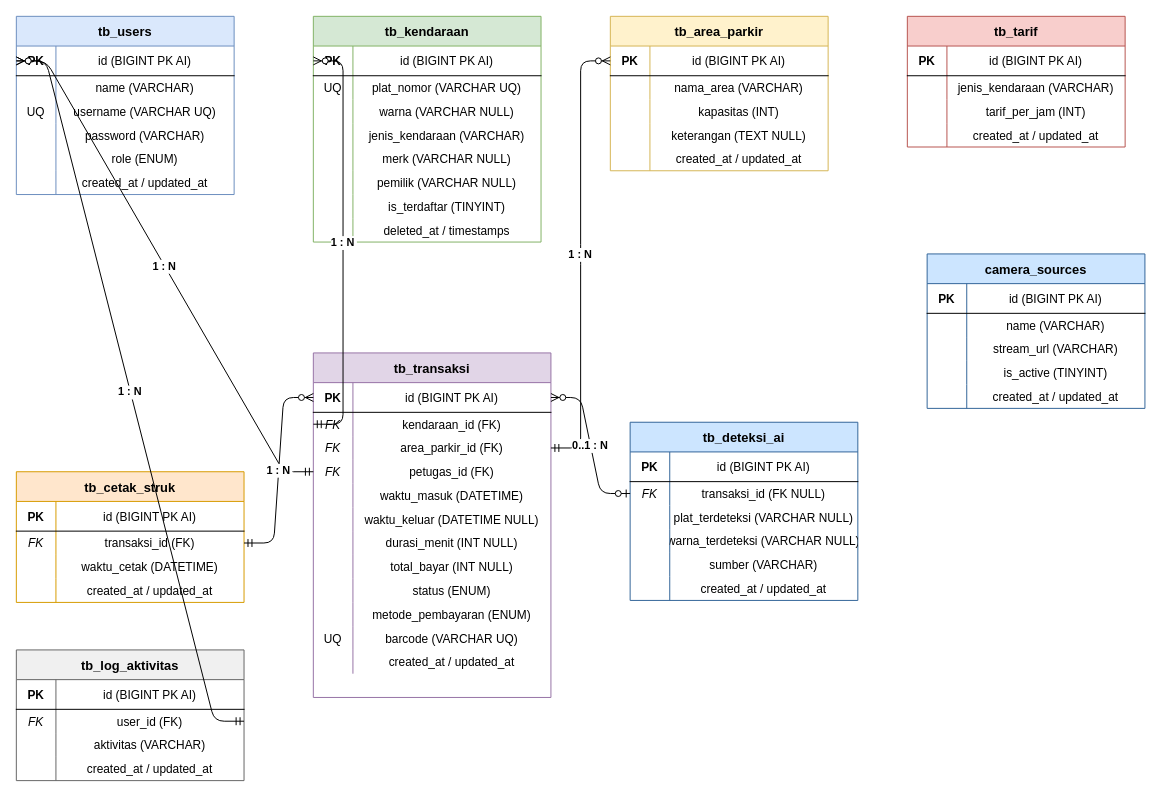
Above: erd_diagram.drawio in kateKateline/park-it (draw.io), before the change. Source tidied: cells renumbered, new cells numbered last; positions are measured from the earlier drawing's top-left corner, leaving out a move shared by most shapes. Both pictures are drawn from the tidied source at 99%, with x=0, y=0 at pixel (16, 16).
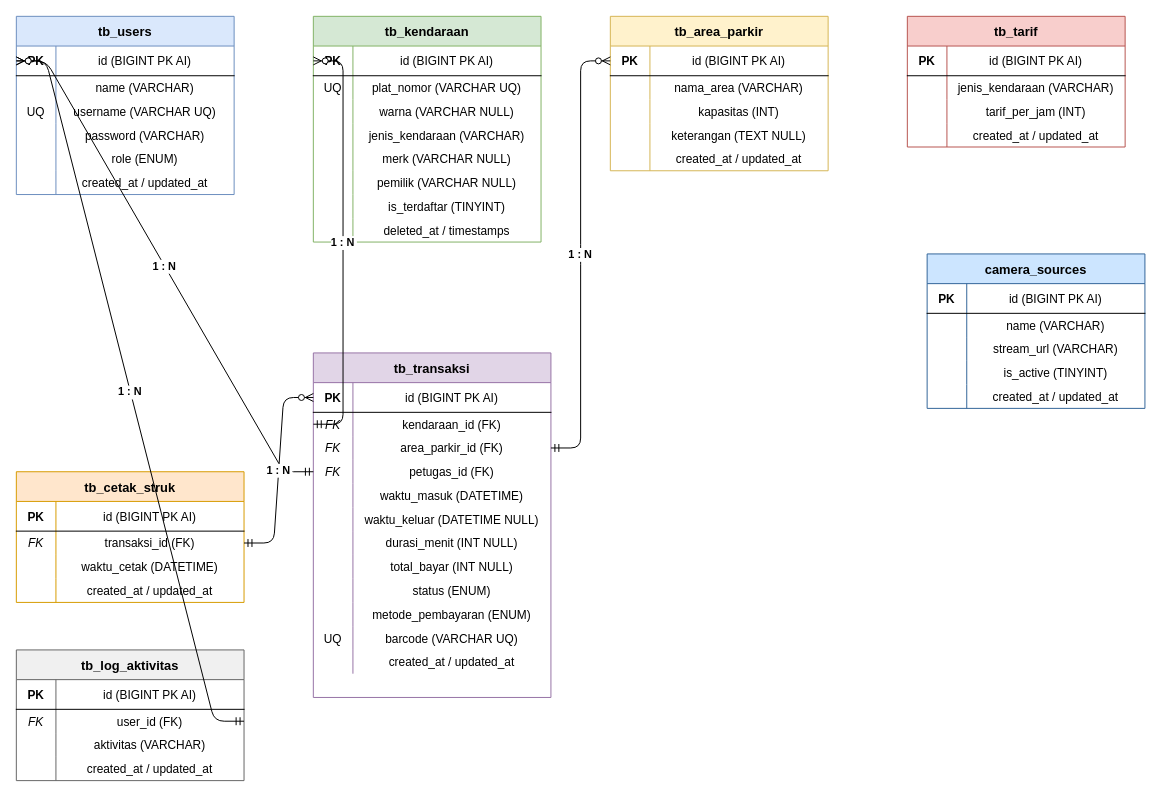
Above is the later version.

Unchanged cells that the change refers to:
```xml
<mxCell id="76" style="shape=tableRow;horizontal=0;startSize=0;swimlaneHead=0;swimlaneBody=0;fillColor=none;points=[[0,0.5],[1,0.5]];portConstraint=eastwest;fontSize=12;top=0;left=0;right=0;bottom=1;" parent="75" vertex="1">
  <mxGeometry y="30" width="240" height="30" as="geometry" />
</mxCell>
```

Diff of the diagram source:
```diff
@@
-    <mxCell id="138" value="tb_deteksi_ai" style="shape=table;startSize=30;childLayout=tableLayout;rowLines=0;fontStyle=1;align=center;fillColor=#cce5ff;strokeColor=#336699;fontSize=13;" parent="1" vertex="1">
-      <mxGeometry x="620" y="410" width="230" height="180" as="geometry" />
-    </mxCell>
-    <mxCell id="139" style="shape=tableRow;horizontal=0;startSize=0;swimlaneHead=0;swimlaneBody=0;fillColor=none;fontSize=12;top=0;left=0;right=0;bottom=1;" parent="138" vertex="1">
-      <mxGeometry y="30" width="230" height="30" as="geometry" />
-    </mxCell>
-    <mxCell id="140" value="PK" style="shape=partialRectangle;fillColor=none;top=0;left=0;bottom=0;right=0;fontStyle=1;overflow=hidden;" parent="139" vertex="1">
-      <mxGeometry width="40" height="30" as="geometry" />
-    </mxCell>
-    <mxCell id="141" value="id (BIGINT PK AI)" style="shape=partialRectangle;fillColor=none;top=0;left=0;bottom=0;right=0;overflow=hidden;" parent="139" vertex="1">
-      <mxGeometry x="40" width="190" height="30" as="geometry" />
-    </mxCell>
-    <mxCell id="142" style="shape=tableRow;horizontal=0;startSize=0;swimlaneHead=0;swimlaneBody=0;fillColor=none;points=[[0,0.5],[1,0.5]];portConstraint=eastwest;fontSize=12;top=0;left=0;right=0;bottom=0;" parent="138" vertex="1">
-      <mxGeometry y="60" width="230" height="24" as="geometry" />
-    </mxCell>
-    <mxCell id="143" value="FK" style="shape=partialRectangle;fillColor=none;top=0;left=0;bottom=0;right=0;fontStyle=2;overflow=hidden;" parent="142" vertex="1">
-      <mxGeometry width="40" height="24" as="geometry" />
-    </mxCell>
-    <mxCell id="144" value="transaksi_id (FK NULL)" style="shape=partialRectangle;fillColor=none;top=0;left=0;bottom=0;right=0;overflow=hidden;" parent="142" vertex="1">
-      <mxGeometry x="40" width="190" height="24" as="geometry" />
-    </mxCell>
-    <mxCell id="145" style="shape=tableRow;horizontal=0;startSize=0;swimlaneHead=0;swimlaneBody=0;fillColor=none;fontSize=12;top=0;left=0;right=0;bottom=0;" parent="138" vertex="1">
-      <mxGeometry y="84" width="230" height="24" as="geometry" />
-    </mxCell>
-    <mxCell id="146" style="shape=partialRectangle;fillColor=none;top=0;left=0;bottom=0;right=0;overflow=hidden;" parent="145" vertex="1">
-      <mxGeometry width="40" height="24" as="geometry" />
-    </mxCell>
-    <mxCell id="147" value="plat_terdeteksi (VARCHAR NULL)" style="shape=partialRectangle;fillColor=none;top=0;left=0;bottom=0;right=0;overflow=hidden;" parent="145" vertex="1">
-      <mxGeometry x="40" width="190" height="24" as="geometry" />
-    </mxCell>
-    <mxCell id="148" style="shape=tableRow;horizontal=0;startSize=0;swimlaneHead=0;swimlaneBody=0;fillColor=none;fontSize=12;top=0;left=0;right=0;bottom=0;" parent="138" vertex="1">
-      <mxGeometry y="108" width="230" height="24" as="geometry" />
-    </mxCell>
-    <mxCell id="149" style="shape=partialRectangle;fillColor=none;top=0;left=0;bottom=0;right=0;overflow=hidden;" parent="148" vertex="1">
-      <mxGeometry width="40" height="24" as="geometry" />
-    </mxCell>
-    <mxCell id="150" value="warna_terdeteksi (VARCHAR NULL)" style="shape=partialRectangle;fillColor=none;top=0;left=0;bottom=0;right=0;overflow=hidden;" parent="148" vertex="1">
-      <mxGeometry x="40" width="190" height="24" as="geometry" />
-    </mxCell>
-    <mxCell id="151" style="shape=tableRow;horizontal=0;startSize=0;swimlaneHead=0;swimlaneBody=0;fillColor=none;fontSize=12;top=0;left=0;right=0;bottom=0;" parent="138" vertex="1">
-      <mxGeometry y="132" width="230" height="24" as="geometry" />
-    </mxCell>
-    <mxCell id="152" style="shape=partialRectangle;fillColor=none;top=0;left=0;bottom=0;right=0;overflow=hidden;" parent="151" vertex="1">
-      <mxGeometry width="40" height="24" as="geometry" />
-    </mxCell>
-    <mxCell id="153" value="sumber (VARCHAR)" style="shape=partialRectangle;fillColor=none;top=0;left=0;bottom=0;right=0;overflow=hidden;" parent="151" vertex="1">
-      <mxGeometry x="40" width="190" height="24" as="geometry" />
-    </mxCell>
-    <mxCell id="154" style="shape=tableRow;horizontal=0;startSize=0;swimlaneHead=0;swimlaneBody=0;fillColor=none;fontSize=12;top=0;left=0;right=0;bottom=0;" parent="138" vertex="1">
-      <mxGeometry y="156" width="230" height="24" as="geometry" />
-    </mxCell>
-    <mxCell id="155" style="shape=partialRectangle;fillColor=none;top=0;left=0;bottom=0;right=0;overflow=hidden;" parent="154" vertex="1">
-      <mxGeometry width="40" height="24" as="geometry" />
-    </mxCell>
-    <mxCell id="156" value="created_at / updated_at" style="shape=partialRectangle;fillColor=none;top=0;left=0;bottom=0;right=0;overflow=hidden;" parent="154" vertex="1">
-      <mxGeometry x="40" width="190" height="24" as="geometry" />
-    </mxCell>
@@
-    <mxCell id="178" value="0..1 : N" style="edgeStyle=entityRelationEdgeStyle;endArrow=ERzeroToMany;startArrow=ERzeroToOne;exitX=0;exitY=0.5;exitDx=0;exitDy=0;entryX=1;entryY=0.5;entryDx=0;entryDy=0;fontSize=11;fontStyle=1;" parent="1" edge="1" source="142" target="76">
-      <mxGeometry relative="1" as="geometry" />
-    </mxCell>
```
